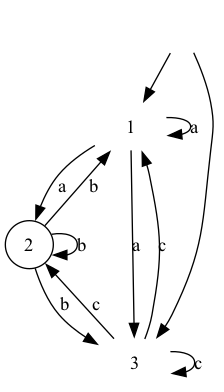
This is images/nfa_2.gv.png from gg9192/TOC_project, a Graphviz export, as it was before one commit. Its source is kept beside it as images/nfa_2.gv.
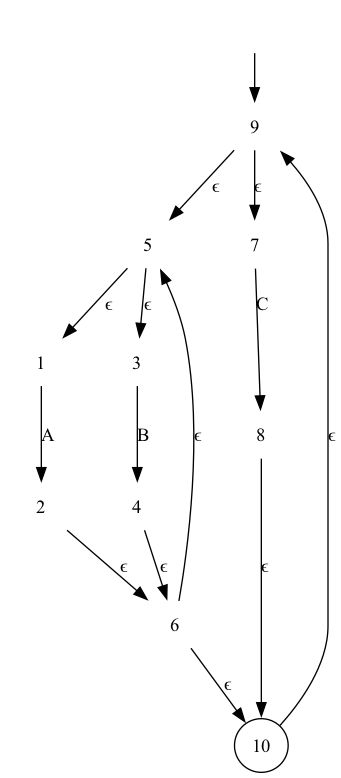
After the change.

Change to the diagram source:
```diff
@@ -1,17 +1,27 @@
 digraph nfa {
 	Start [label="" shape=none]
 	1 [label=1 shape=plaintext]
-	2 [label=2 shape=circle]
+	2 [label=2 shape=plaintext]
 	3 [label=3 shape=plaintext]
-	Start -> 1
-	Start -> 3
-	1 -> 1 [label=a]
-	1 -> 2 [label=a]
-	1 -> 3 [label=a]
-	2 -> 1 [label=b]
-	2 -> 2 [label=b]
-	2 -> 3 [label=b]
-	3 -> 1 [label=c]
-	3 -> 2 [label=c]
-	3 -> 3 [label=c]
+	4 [label=4 shape=plaintext]
+	5 [label=5 shape=plaintext]
+	6 [label=6 shape=plaintext]
+	7 [label=7 shape=plaintext]
+	8 [label=8 shape=plaintext]
+	9 [label=9 shape=plaintext]
+	10 [label=10 shape=circle]
+	Start -> 9
+	1 -> 2 [label=A]
+	3 -> 4 [label=B]
+	5 -> 1 [label="ϵ"]
+	5 -> 3 [label="ϵ"]
+	2 -> 6 [label="ϵ"]
+	4 -> 6 [label="ϵ"]
+	6 -> 10 [label="ϵ"]
+	6 -> 5 [label="ϵ"]
+	7 -> 8 [label=C]
+	9 -> 5 [label="ϵ"]
+	9 -> 7 [label="ϵ"]
+	8 -> 10 [label="ϵ"]
+	10 -> 9 [label="ϵ"]
 }
```
